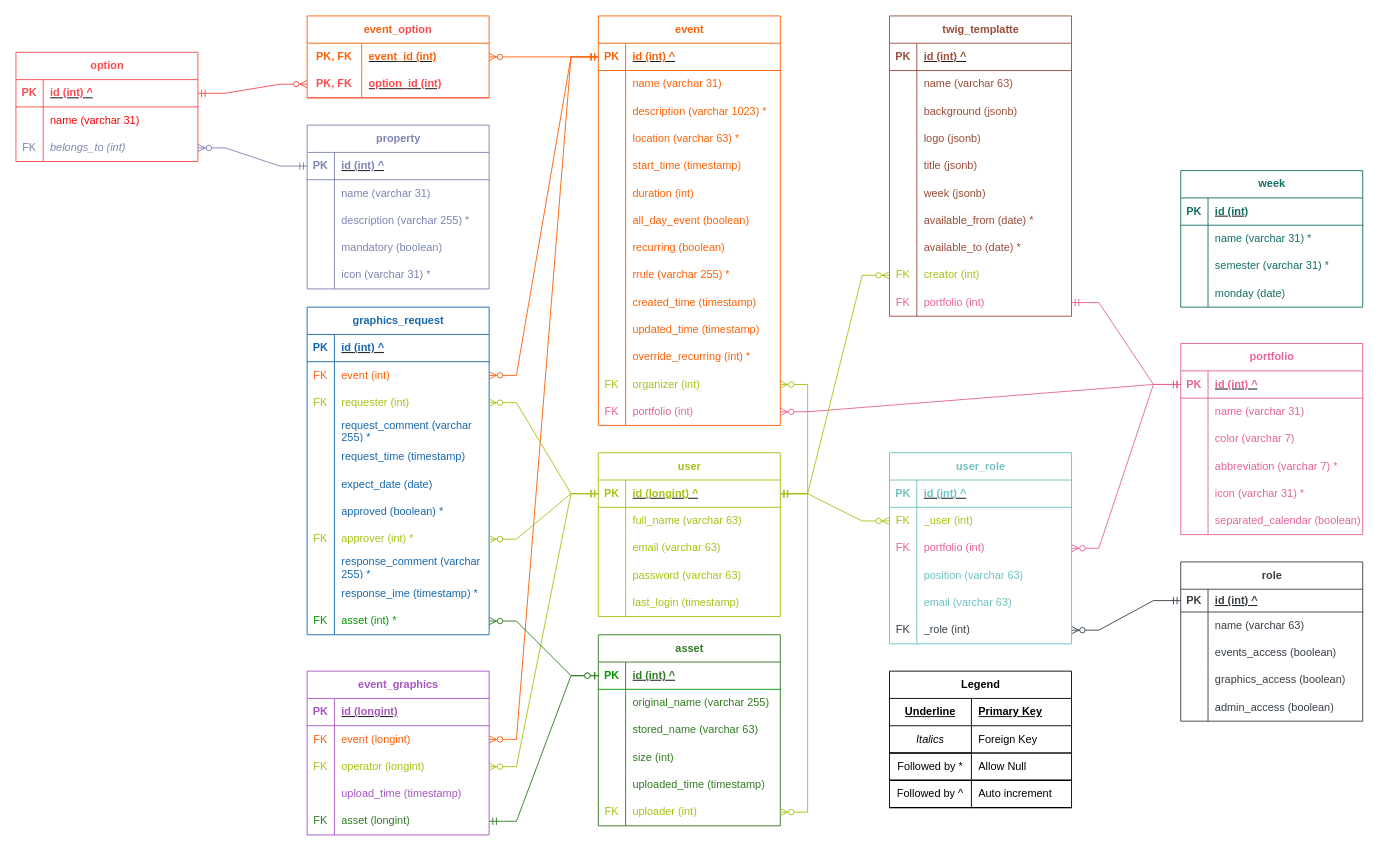
Before: design/eTWIG.ER.drawio in stewebb/eTWIG, a draw.io diagram. Source tidied: cells renumbered, new cells numbered last; positions are measured from the earlier drawing's top-left corner, leaving out a move shared by most shapes. Both pictures are drawn from the tidied source at 91%, with x=0, y=0 at pixel (15, -203).
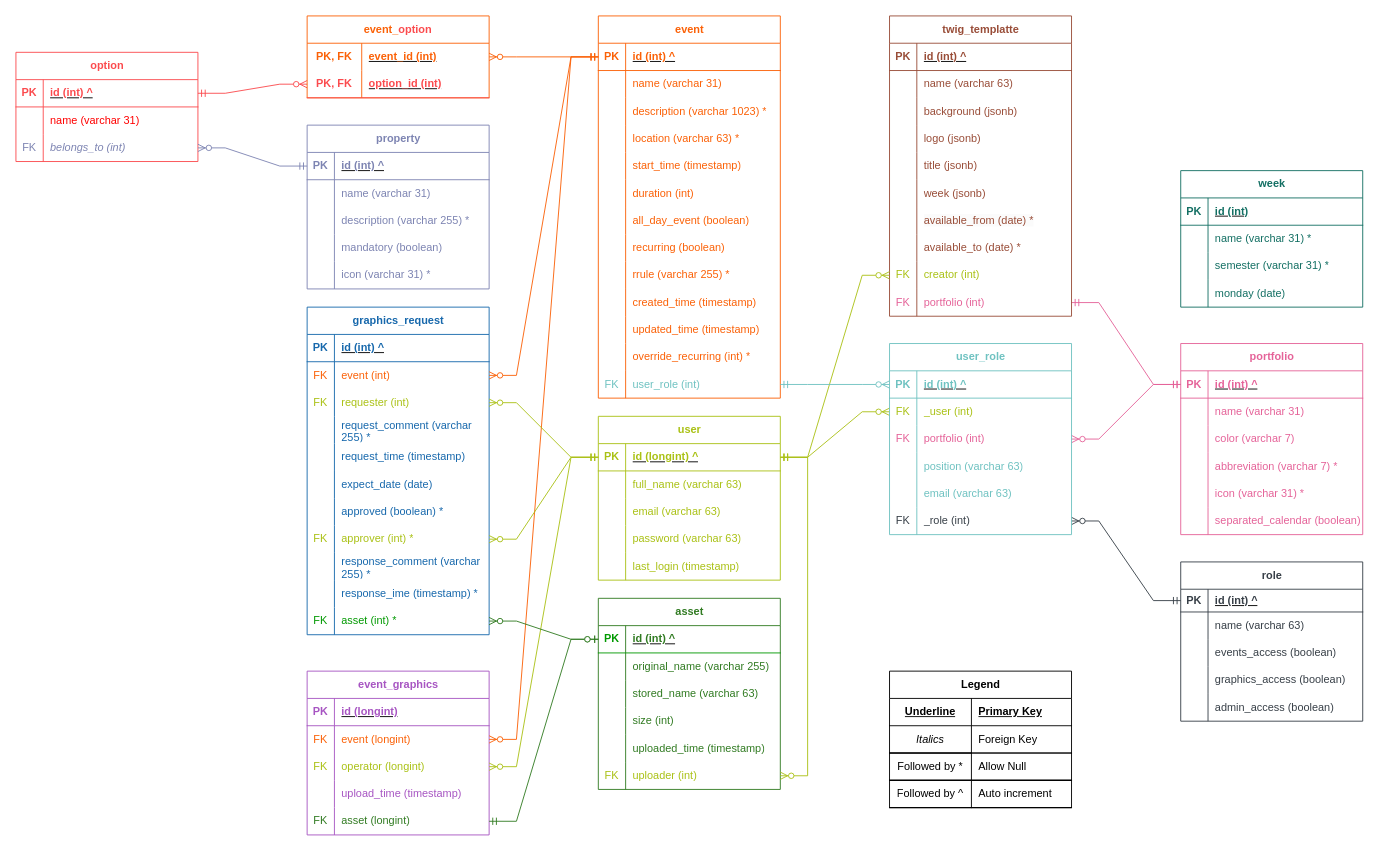
Above is the later version.

Unchanged cells that the change refers to:
```xml
<mxCell id="16" style="shape=tableRow;horizontal=0;startSize=0;swimlaneHead=0;swimlaneBody=0;fillColor=none;points=[[0,0.5],[1,0.5]];portConstraint=eastwest;top=0;left=0;right=0;bottom=1;strokeColor=#E56399;" parent="15" vertex="1">
  <mxGeometry y="30" width="200" height="30" as="geometry" />
</mxCell>
<mxCell id="48" style="shape=tableRow;horizontal=0;startSize=0;swimlaneHead=0;swimlaneBody=0;fillColor=none;points=[[0,0.5],[1,0.5]];portConstraint=eastwest;top=0;left=0;right=0;bottom=1;strokeColor=#AAC115;" parent="47" vertex="1">
  <mxGeometry y="30" width="200" height="30" as="geometry" />
</mxCell>
<mxCell id="274" style="shape=tableRow;horizontal=0;startSize=0;swimlaneHead=0;swimlaneBody=0;fillColor=none;points=[[0,0.5],[1,0.5]];portConstraint=eastwest;top=0;left=0;right=0;bottom=1;strokeColor=#6FC2C1;" parent="273" vertex="1">
  <mxGeometry y="30" width="200" height="30" as="geometry" />
</mxCell>
```

What changed in the source:
```diff
@@
     <mxCell id="47" value="&lt;font style=&quot;&quot; color=&quot;#aac115&quot;&gt;user&lt;/font&gt;" style="shape=table;startSize=30;childLayout=tableLayout;rowLines=0;fontStyle=1;align=center;html=1;strokeColor=#AAC115;fontColor=#0000FF;fillColor=default;swimlaneLine=1;" parent="1" vertex="1">
-      <mxGeometry x="640" y="720" width="200" height="180" as="geometry" />
+      <mxGeometry x="640" y="680" width="200" height="180" as="geometry" />
     </mxCell>
@@
     <mxCell id="115" value="&lt;font color=&quot;#fb6107&quot;&gt;event&lt;/font&gt;" style="shape=table;startSize=30;childLayout=tableLayout;rowLines=0;fontStyle=1;align=center;html=1;strokeColor=#fb6107;" parent="1" vertex="1">
-      <mxGeometry x="640" y="240" width="200" height="450" as="geometry" />
+      <mxGeometry x="640" y="240" width="200" height="420" as="geometry" />
     </mxCell>
@@
-    <mxCell id="152" style="shape=tableRow;horizontal=0;startSize=0;swimlaneHead=0;swimlaneBody=0;fillColor=none;points=[[0,0.5],[1,0.5]];portConstraint=eastwest;top=0;left=0;right=0;bottom=0;" parent="115" vertex="1">
-      <mxGeometry y="390" width="200" height="30" as="geometry" />
-    </mxCell>
-    <mxCell id="153" value="&lt;font color=&quot;#aac115&quot;&gt;FK&lt;/font&gt;" style="shape=partialRectangle;fillColor=none;top=0;left=0;bottom=0;right=0;overflow=hidden;whiteSpace=wrap;html=1;" parent="152" vertex="1">
-      <mxGeometry width="30" height="30" as="geometry" />
-    </mxCell>
-    <mxCell id="154" value="&lt;font color=&quot;#aac115&quot;&gt;organizer (int)&lt;/font&gt;" style="shape=partialRectangle;fillColor=none;top=0;left=0;bottom=0;right=0;align=left;spacingLeft=6;overflow=hidden;whiteSpace=wrap;html=1;" parent="152" vertex="1">
-      <mxGeometry x="30" width="170" height="30" as="geometry" />
-    </mxCell>
     <mxCell id="155" style="shape=tableRow;horizontal=0;startSize=0;swimlaneHead=0;swimlaneBody=0;fillColor=none;points=[[0,0.5],[1,0.5]];portConstraint=eastwest;top=0;left=0;right=0;bottom=0;" parent="115" vertex="1">
-      <mxGeometry y="420" width="200" height="30" as="geometry" />
+      <mxGeometry y="390" width="200" height="30" as="geometry" />
     </mxCell>
-    <mxCell id="156" value="&lt;font color=&quot;#e56399&quot;&gt;FK&lt;/font&gt;" style="shape=partialRectangle;fillColor=none;top=0;left=0;bottom=0;right=0;overflow=hidden;whiteSpace=wrap;html=1;" parent="155" vertex="1">
+    <mxCell id="156" value="&lt;font color=&quot;#6fc2c1&quot;&gt;FK&lt;/font&gt;" style="shape=partialRectangle;fillColor=none;top=0;left=0;bottom=0;right=0;overflow=hidden;whiteSpace=wrap;html=1;" parent="155" vertex="1">
       <mxGeometry width="30" height="30" as="geometry" />
     </mxCell>
-    <mxCell id="157" value="&lt;div&gt;&lt;font color=&quot;#e56399&quot;&gt;portfolio (int)&lt;/font&gt;&lt;/div&gt;" style="shape=partialRectangle;fillColor=none;top=0;left=0;bottom=0;right=0;align=left;spacingLeft=6;overflow=hidden;whiteSpace=wrap;html=1;" parent="155" vertex="1">
+    <mxCell id="157" value="&lt;div&gt;&lt;font color=&quot;#6fc2c1&quot;&gt;user_role (int)&lt;/font&gt;&lt;/div&gt;" style="shape=partialRectangle;fillColor=none;top=0;left=0;bottom=0;right=0;align=left;spacingLeft=6;overflow=hidden;whiteSpace=wrap;html=1;" parent="155" vertex="1">
       <mxGeometry x="30" width="170" height="30" as="geometry" />
     </mxCell>
-    <mxCell id="158" style="edgeStyle=entityRelationEdgeStyle;fontSize=12;html=1;endArrow=ERzeroToMany;startArrow=ERmandOne;rounded=0;exitX=1;exitY=0.5;exitDx=0;exitDy=0;strokeColor=#AAC115;" parent="1" edge="1" source="48" target="152">
-      <mxGeometry relative="1" as="geometry">
-        <Array as="points">
-          <mxPoint x="1500" y="210" />
-          <mxPoint x="1570" y="230" />
-          <mxPoint x="1720" y="320" />
-        </Array>
-      </mxGeometry>
-    </mxCell>
-    <mxCell id="159" style="edgeStyle=entityRelationEdgeStyle;fontSize=12;html=1;endArrow=ERzeroToMany;startArrow=ERmandOne;rounded=0;entryX=1;entryY=0.5;entryDx=0;entryDy=0;exitX=0;exitY=0.5;exitDx=0;exitDy=0;strokeColor=#E56399;" parent="1" edge="1" source="16" target="155">
-      <mxGeometry relative="1" as="geometry" />
-    </mxCell>
@@
     <mxCell id="180" value="&lt;font color=&quot;#317b22&quot;&gt;asset&lt;/font&gt;" style="shape=table;startSize=30;childLayout=tableLayout;rowLines=0;fontStyle=1;align=center;html=1;strokeColor=#317B22;" parent="1" vertex="1">
-      <mxGeometry x="640" y="920" width="200" height="210" as="geometry" />
+      <mxGeometry x="640" y="880" width="200" height="210" as="geometry" />
     </mxCell>
@@
     <mxCell id="273" value="&lt;font color=&quot;#6fc2c1&quot;&gt;user_role&lt;/font&gt;" style="shape=table;startSize=30;childLayout=tableLayout;rowLines=0;fontStyle=1;align=center;html=1;strokeColor=#6FC2C1;" parent="1" vertex="1">
-      <mxGeometry x="960" y="720" width="200" height="210" as="geometry" />
+      <mxGeometry x="960" y="600" width="200" height="210" as="geometry" />
     </mxCell>
@@
+    <mxCell id="292" style="edgeStyle=entityRelationEdgeStyle;fontSize=12;html=1;endArrow=ERzeroToMany;startArrow=ERmandOne;rounded=0;exitX=1;exitY=0.5;exitDx=0;exitDy=0;entryX=0;entryY=0.5;entryDx=0;entryDy=0;strokeColor=#6FC2C1;" parent="1" edge="1" source="155" target="274">
+      <mxGeometry relative="1" as="geometry">
+        <Array as="points">
+          <mxPoint x="1170" y="620" />
+        </Array>
+      </mxGeometry>
+    </mxCell>
```
